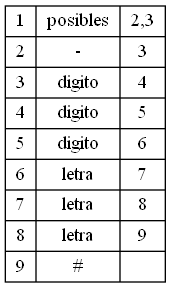
The Graphviz diagram PlSiguientes.png in DiegoxBaggins/JAVA-Basic-Compilator, before a commit. Its source is kept beside it as PlSiguientes.dot. Source of this version:
```dot
digraph G{
rankdir=UD
node[shape=box]
concentrate=true
nodotabla[shape=record label="{1|2|3|4|5|6|7|8|9}|{posibles|-|digito|digito|digito|letra|letra|letra|#}|{2,3|3|4|5|6|7|8|9|}"]
}
```
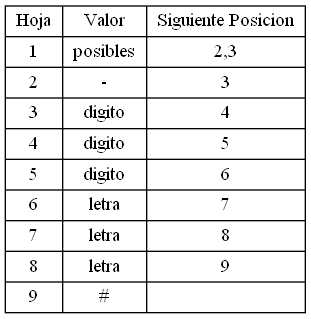
The same diagram one commit later.

Change to the diagram source:
```diff
@@ -2,5 +2,5 @@
 rankdir=UD
 node[shape=box]
 concentrate=true
-nodotabla[shape=record label="{1|2|3|4|5|6|7|8|9}|{posibles|-|digito|digito|digito|letra|letra|letra|#}|{2,3|3|4|5|6|7|8|9|}"]
+nodotabla[shape=record label="{Hoja|1|2|3|4|5|6|7|8|9}|{Valor|posibles|-|digito|digito|digito|letra|letra|letra|#}|{Siguiente Posicion|2,3|3|4|5|6|7|8|9|}"]
 }
```
